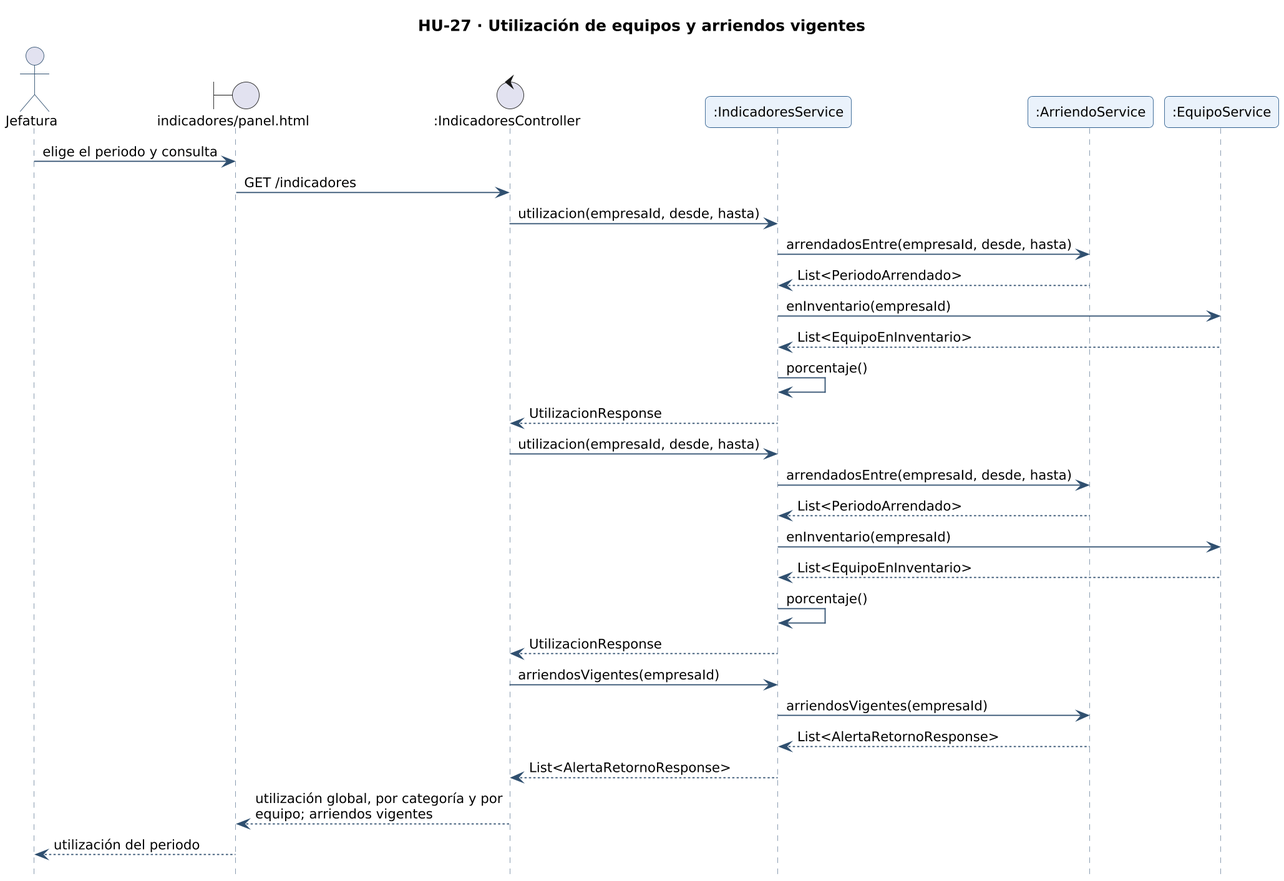
Before: docs/diagramas/secuencia-hu-27.png, a diagram exported from PlantUML (gonzaloarenasduoc/Mira). Source of this version:
```plantuml
@startuml secuencia-hu-27
!include _estilo.iuml
hide footbox
skinparam maxMessageSize 260
skinparam sequenceMessageAlign left
title HU-27 · Utilización de equipos y arriendos vigentes
actor "Jefatura" as A
boundary "indicadores/panel.html" as L_VISTA_indicadores_panel
control ":IndicadoresController" as L_IndicadoresController
participant ":IndicadoresService" as L_IndicadoresService
participant ":ArriendoService" as L_ArriendoService
participant ":EquipoService" as L_EquipoService
A -> L_VISTA_indicadores_panel : elige el periodo y consulta
L_VISTA_indicadores_panel -> L_IndicadoresController : GET /indicadores
L_IndicadoresController -> L_IndicadoresService : utilizacion(empresaId, desde, hasta)
L_IndicadoresService -> L_ArriendoService : arrendadosEntre(empresaId, desde, hasta)
L_ArriendoService --> L_IndicadoresService : List<PeriodoArrendado>
L_IndicadoresService -> L_EquipoService : enInventario(empresaId)
L_EquipoService --> L_IndicadoresService : List<EquipoEnInventario>
L_IndicadoresService -> L_IndicadoresService : porcentaje()
L_IndicadoresService --> L_IndicadoresController : UtilizacionResponse
L_IndicadoresController -> L_IndicadoresService : utilizacion(empresaId, desde, hasta)
L_IndicadoresService -> L_ArriendoService : arrendadosEntre(empresaId, desde, hasta)
L_ArriendoService --> L_IndicadoresService : List<PeriodoArrendado>
L_IndicadoresService -> L_EquipoService : enInventario(empresaId)
L_EquipoService --> L_IndicadoresService : List<EquipoEnInventario>
L_IndicadoresService -> L_IndicadoresService : porcentaje()
L_IndicadoresService --> L_IndicadoresController : UtilizacionResponse
L_IndicadoresController -> L_IndicadoresService : arriendosVigentes(empresaId)
L_IndicadoresService -> L_ArriendoService : arriendosVigentes(empresaId)
L_ArriendoService --> L_IndicadoresService : List<AlertaRetornoResponse>
L_IndicadoresService --> L_IndicadoresController : List<AlertaRetornoResponse>
L_IndicadoresController --> L_VISTA_indicadores_panel : utilización global, por categoría y por equipo; arriendos vigentes
L_VISTA_indicadores_panel --> A : utilización del periodo
@enduml
```
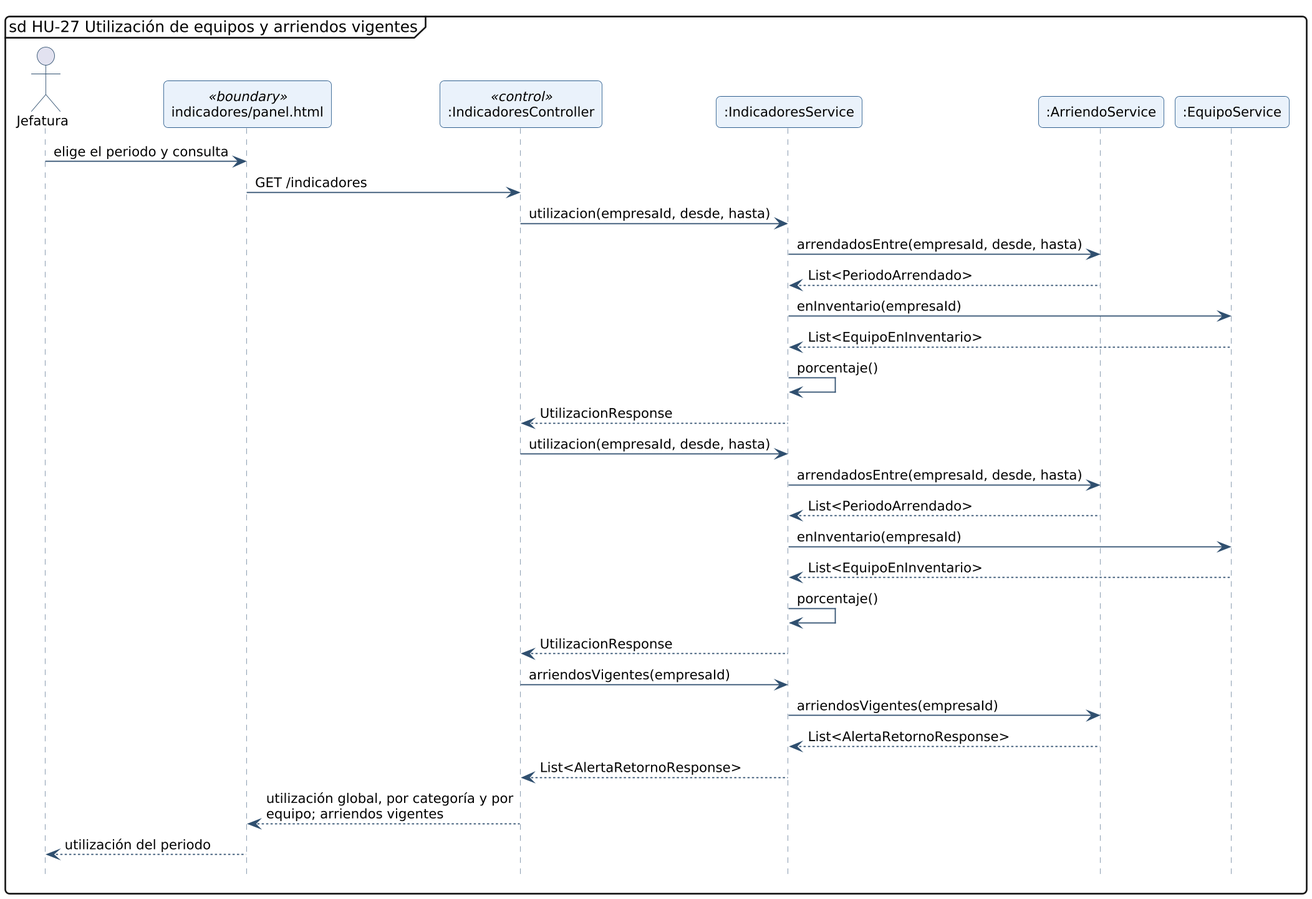
The same file after the commit.

Diff of the diagram source:
```diff
@@ -3,10 +3,10 @@
 hide footbox
 skinparam maxMessageSize 260
 skinparam sequenceMessageAlign left
-title HU-27 · Utilización de equipos y arriendos vigentes
+mainframe sd HU-27 Utilización de equipos y arriendos vigentes
 actor "Jefatura" as A
-boundary "indicadores/panel.html" as L_VISTA_indicadores_panel
-control ":IndicadoresController" as L_IndicadoresController
+participant "indicadores/panel.html" as L_VISTA_indicadores_panel <<boundary>>
+participant ":IndicadoresController" as L_IndicadoresController <<control>>
 participant ":IndicadoresService" as L_IndicadoresService
 participant ":ArriendoService" as L_ArriendoService
 participant ":EquipoService" as L_EquipoService
```
